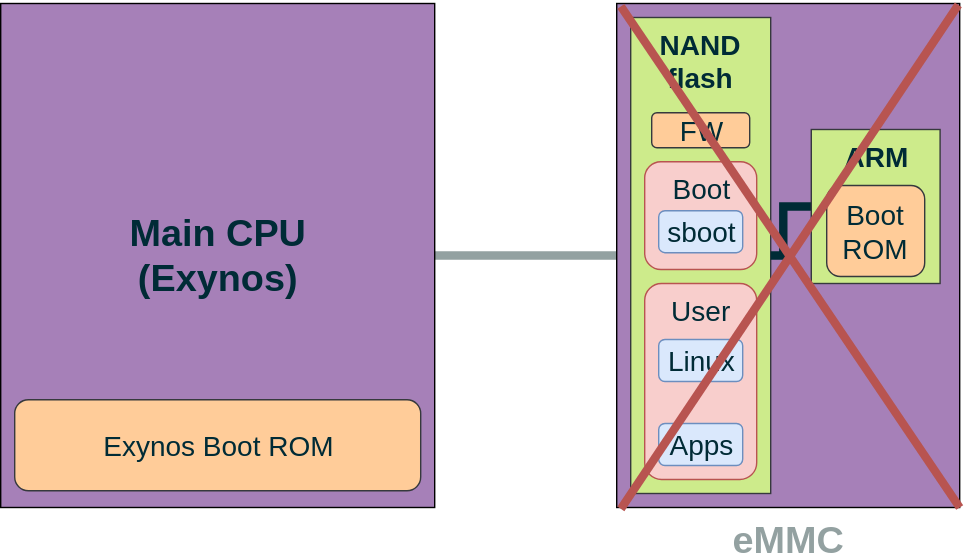
Before: resources/schematic_7.svg, a diagram exported from draw.io (oranav/emmc-talk-2017). Source tidied: cells renumbered, new cells last; positions are measured from the earlier drawing's top-left corner, leaving out a move shared by most shapes. Source of this version:
```xml
<mxGraphModel background="#002b36">
  <root>
    <mxCell id="0" />
    <mxCell id="1" parent="0" />
    <mxCell id="2" style="edgeStyle=orthogonalEdgeStyle;rounded=0;html=1;entryX=0;entryY=0.5;labelBackgroundColor=none;jettySize=auto;strokeColor=#93a1a1;strokeWidth=6;fontFamily=Helvetica;fontSize=27;fontColor=#002B36;endArrow=none;endFill=0;" parent="1" edge="1" source="3" target="4">
      <mxGeometry relative="1" as="geometry" />
    </mxCell>
    <mxCell id="3" value="Main CPU&lt;br&gt;(Exynos)" style="rounded=0;whiteSpace=wrap;html=1;glass=0;fillColor=#A680B8;fontFamily=Helvetica;fontSize=27;fontColor=#002B36;fontStyle=1;labelPosition=center;verticalLabelPosition=middle;align=center;verticalAlign=middle;" parent="1" vertex="1">
      <mxGeometry width="310" height="360" as="geometry" />
    </mxCell>
    <mxCell id="4" value="eMMC" style="rounded=0;whiteSpace=wrap;html=1;glass=0;fillColor=#A680B8;fontFamily=Helvetica;fontSize=27;fontColor=#93a1a1;fontStyle=1;labelPosition=center;verticalLabelPosition=bottom;align=center;verticalAlign=top;" parent="1" vertex="1">
      <mxGeometry x="440" width="245" height="360" as="geometry" />
    </mxCell>
    <mxCell id="5" value="NAND flash" style="rounded=0;whiteSpace=wrap;html=1;glass=0;fillColor=#cdeb8b;fontFamily=Helvetica;fontSize=20;fontColor=#002B36;strokeColor=#36393d;fontStyle=1;verticalAlign=top;" parent="1" vertex="1">
      <mxGeometry x="450" y="10" width="100" height="340" as="geometry" />
    </mxCell>
    <mxCell id="6" style="edgeStyle=orthogonalEdgeStyle;rounded=0;html=1;exitX=0;exitY=0.5;entryX=1;entryY=0.5;labelBackgroundColor=none;endArrow=none;endFill=0;jettySize=auto;strokeColor=#002B36;strokeWidth=6;fontFamily=Helvetica;fontSize=20;fontColor=#002B36;" parent="1" edge="1" source="7" target="5">
      <mxGeometry relative="1" as="geometry" />
    </mxCell>
    <mxCell id="7" value="ARM" style="rounded=0;whiteSpace=wrap;html=1;glass=0;fillColor=#cdeb8b;fontFamily=Helvetica;fontSize=20;fontColor=#002B36;strokeColor=#36393d;fontStyle=1;labelPosition=center;verticalLabelPosition=middle;align=center;verticalAlign=top;" parent="1" vertex="1">
      <mxGeometry x="579" y="90" width="92" height="110" as="geometry" />
    </mxCell>
    <mxCell id="8" value="Boot ROM" style="rounded=1;whiteSpace=wrap;html=1;glass=0;fillColor=#ffcc99;fontFamily=Helvetica;fontSize=20;fontColor=#002B36;strokeColor=#36393d;" parent="1" vertex="1">
      <mxGeometry x="590" y="130" width="70" height="65" as="geometry" />
    </mxCell>
    <mxCell id="9" value="FW" style="rounded=1;whiteSpace=wrap;html=1;glass=0;fillColor=#ffcc99;fontFamily=Helvetica;fontSize=20;fontColor=#002B36;strokeColor=#36393d;" parent="1" vertex="1">
      <mxGeometry x="465" y="78" width="70" height="25" as="geometry" />
    </mxCell>
    <mxCell id="10" value="Boot" style="rounded=1;whiteSpace=wrap;html=1;glass=0;fillColor=#f8cecc;fontFamily=Helvetica;fontSize=20;fontColor=#002B36;strokeColor=#b85450;verticalAlign=top;" parent="1" vertex="1">
      <mxGeometry x="460" y="113" width="80" height="77" as="geometry" />
    </mxCell>
    <mxCell id="11" value="sboot" style="rounded=1;whiteSpace=wrap;html=1;glass=0;fillColor=#dae8fc;fontFamily=Helvetica;fontSize=20;fontColor=#002B36;strokeColor=#6c8ebf;" parent="1" vertex="1">
      <mxGeometry x="470" y="148" width="60" height="30" as="geometry" />
    </mxCell>
    <mxCell id="12" value="User" style="rounded=1;whiteSpace=wrap;html=1;glass=0;fillColor=#f8cecc;fontFamily=Helvetica;fontSize=20;fontColor=#002B36;strokeColor=#b85450;verticalAlign=top;" parent="1" vertex="1">
      <mxGeometry x="460" y="200" width="80" height="140" as="geometry" />
    </mxCell>
    <mxCell id="13" value="Linux" style="rounded=1;whiteSpace=wrap;html=1;glass=0;fillColor=#dae8fc;fontFamily=Helvetica;fontSize=20;fontColor=#002B36;strokeColor=#6c8ebf;" parent="1" vertex="1">
      <mxGeometry x="470" y="240" width="60" height="30" as="geometry" />
    </mxCell>
    <mxCell id="14" value="Apps" style="rounded=1;whiteSpace=wrap;html=1;glass=0;fillColor=#dae8fc;fontFamily=Helvetica;fontSize=20;fontColor=#002B36;strokeColor=#6c8ebf;" parent="1" vertex="1">
      <mxGeometry x="470" y="300" width="60" height="30" as="geometry" />
    </mxCell>
    <mxCell id="15" style="endArrow=none;html=1;labelBackgroundColor=none;strokeColor=#b85450;strokeWidth=6;fontFamily=Helvetica;fontSize=20;fontColor=#002B36;fillColor=#f8cecc;entryX=0.996;entryY=0.003;entryPerimeter=0;exitX=0.012;exitY=1.003;exitPerimeter=0;" parent="1" edge="1" source="4" target="4">
      <mxGeometry relative="1" as="geometry" />
    </mxCell>
    <mxCell id="16" style="endArrow=none;html=1;labelBackgroundColor=none;strokeColor=#b85450;strokeWidth=6;fontFamily=Helvetica;fontSize=20;fontColor=#002B36;fillColor=#f8cecc;exitX=1;exitY=1;exitPerimeter=0;entryX=0.012;entryY=0.006;entryPerimeter=0;" parent="1" edge="1" source="4" target="4">
      <mxGeometry relative="1" as="geometry" />
    </mxCell>
    <mxCell id="17" value="Exynos Boot ROM" style="rounded=1;whiteSpace=wrap;html=1;glass=0;fillColor=#ffcc99;fontFamily=Helvetica;fontSize=20;fontColor=#002B36;strokeColor=#36393d;" parent="1" vertex="1">
      <mxGeometry x="10" y="283" width="290" height="65" as="geometry" />
    </mxCell>
  </root>
</mxGraphModel>
```
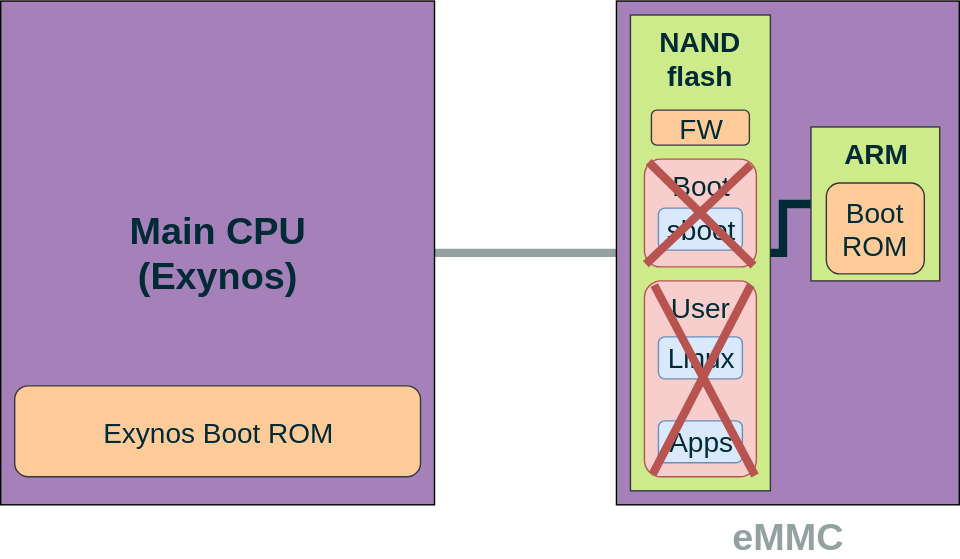
Above is the later version.

Commit message:
Make schematics more coherent

What changed in the source:
```diff
@@ -41,14 +41,20 @@
     <mxCell id="14" value="Apps" style="rounded=1;whiteSpace=wrap;html=1;glass=0;fillColor=#dae8fc;fontFamily=Helvetica;fontSize=20;fontColor=#002B36;strokeColor=#6c8ebf;" parent="1" vertex="1">
       <mxGeometry x="470" y="300" width="60" height="30" as="geometry" />
     </mxCell>
-    <mxCell id="15" style="endArrow=none;html=1;labelBackgroundColor=none;strokeColor=#b85450;strokeWidth=6;fontFamily=Helvetica;fontSize=20;fontColor=#002B36;fillColor=#f8cecc;entryX=0.996;entryY=0.003;entryPerimeter=0;exitX=0.012;exitY=1.003;exitPerimeter=0;" parent="1" edge="1" source="4" target="4">
+    <mxCell id="15" style="endArrow=none;html=1;labelBackgroundColor=none;strokeColor=#b85450;strokeWidth=6;fontFamily=Helvetica;fontSize=20;fontColor=#002B36;fillColor=#f8cecc;entryX=0.95;entryY=0.021;entryPerimeter=0;exitX=0.075;exitY=0.986;exitPerimeter=0;" parent="1" edge="1" source="12" target="12">
       <mxGeometry relative="1" as="geometry" />
     </mxCell>
-    <mxCell id="16" style="endArrow=none;html=1;labelBackgroundColor=none;strokeColor=#b85450;strokeWidth=6;fontFamily=Helvetica;fontSize=20;fontColor=#002B36;fillColor=#f8cecc;exitX=1;exitY=1;exitPerimeter=0;entryX=0.012;entryY=0.006;entryPerimeter=0;" parent="1" edge="1" source="4" target="4">
+    <mxCell id="16" style="endArrow=none;html=1;labelBackgroundColor=none;strokeColor=#b85450;strokeWidth=6;fontFamily=Helvetica;fontSize=20;fontColor=#002B36;fillColor=#f8cecc;exitX=0.988;exitY=0.993;exitPerimeter=0;entryX=0.088;entryY=0.021;entryPerimeter=0;" parent="1" edge="1" source="12" target="12">
       <mxGeometry relative="1" as="geometry" />
     </mxCell>
-    <mxCell id="17" value="Exynos Boot ROM" style="rounded=1;whiteSpace=wrap;html=1;glass=0;fillColor=#ffcc99;fontFamily=Helvetica;fontSize=20;fontColor=#002B36;strokeColor=#36393d;" parent="1" vertex="1">
-      <mxGeometry x="10" y="283" width="290" height="65" as="geometry" />
+    <mxCell id="17" style="endArrow=none;html=1;labelBackgroundColor=none;strokeColor=#b85450;strokeWidth=6;fontFamily=Helvetica;fontSize=20;fontColor=#002B36;fillColor=#f8cecc;entryX=0.038;entryY=0.026;entryPerimeter=0;exitX=0.975;exitY=0.987;exitPerimeter=0;" parent="1" edge="1" source="10" target="10">
+      <mxGeometry relative="1" as="geometry" />
     </mxCell>
+    <mxCell id="18" style="endArrow=none;html=1;labelBackgroundColor=none;strokeColor=#b85450;strokeWidth=6;fontFamily=Helvetica;fontSize=20;fontColor=#002B36;fillColor=#f8cecc;entryX=0.95;entryY=0.052;entryPerimeter=0;exitX=0.013;exitY=0.974;exitPerimeter=0;" parent="1" edge="1" source="10" target="10">
+      <mxGeometry relative="1" as="geometry" />
+    </mxCell>
+    <mxCell id="19" value="Exynos Boot ROM" style="rounded=1;whiteSpace=wrap;html=1;glass=0;fillColor=#ffcc99;fontFamily=Helvetica;fontSize=20;fontColor=#002B36;strokeColor=#36393d;" parent="1" vertex="1">
+      <mxGeometry x="10" y="275" width="290" height="65" as="geometry" />
+    </mxCell>
   </root>
 </mxGraphModel>
```
